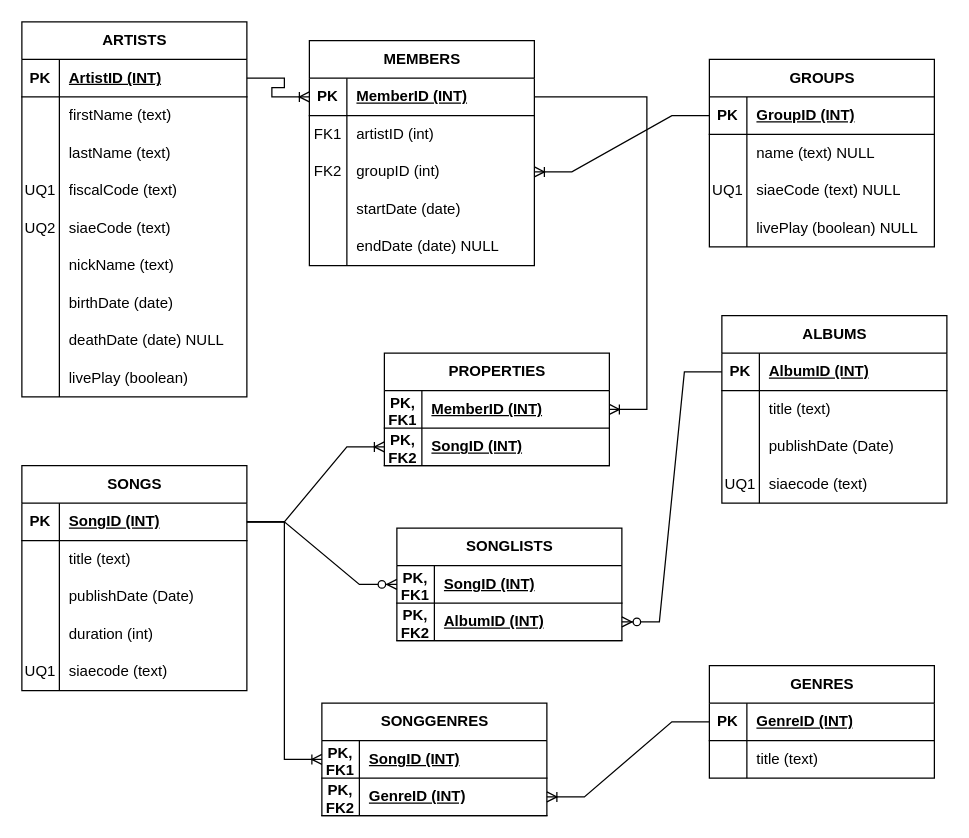
Before: Record Company.drawio in federico-mariconti/SIAM-1838, a draw.io diagram. Source tidied: cells renumbered, new cells numbered last; positions are measured from the earlier drawing's top-left corner, leaving out a move shared by most shapes. Both pictures are drawn from the tidied source at 125%, with x=0, y=0 at pixel (21, 21).
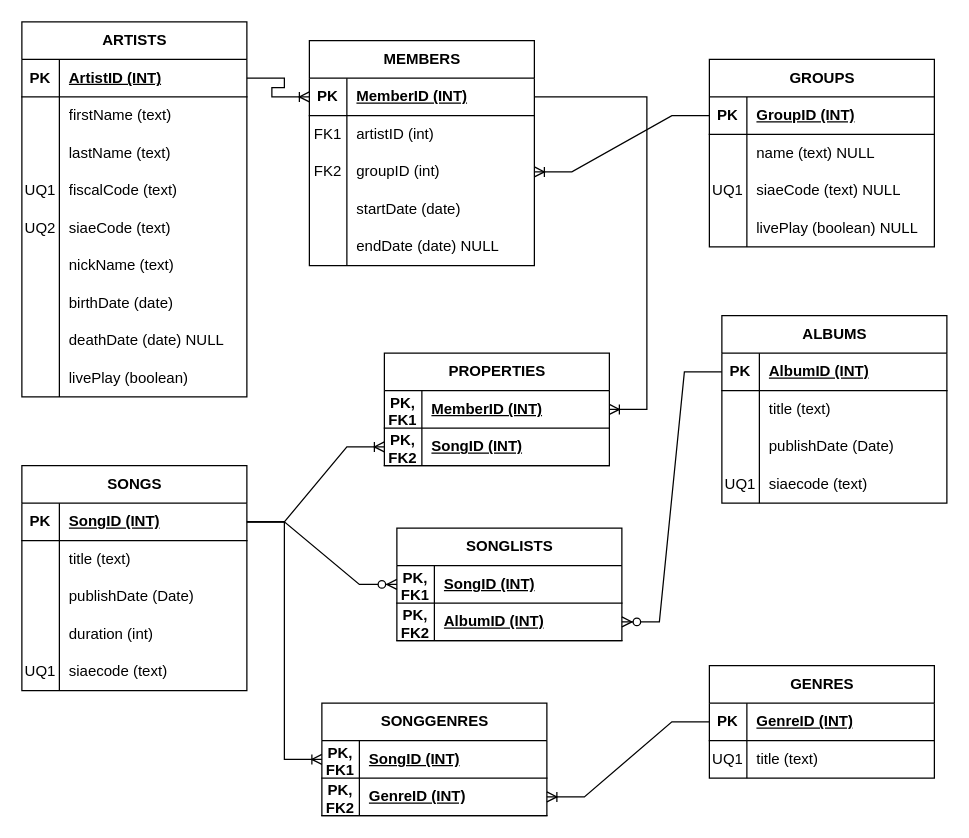
The same page after the edit.

Unchanged cells that the change refers to:
```xml
<mxCell id="102" style="shape=tableRow;horizontal=0;startSize=0;swimlaneHead=0;swimlaneBody=0;fillColor=none;top=0;left=0;right=0;bottom=0;" parent="98" vertex="1">
  <mxGeometry y="60" width="180" height="30" as="geometry" />
</mxCell>
```

The edit, as a diff of the source:
```diff
@@
-    <mxCell id="103" style="shape=partialRectangle;fillColor=none;top=0;left=0;bottom=0;right=0;overflow=hidden;whiteSpace=wrap;html=1;" parent="102" vertex="1">
+    <mxCell id="103" value="UQ1" style="shape=partialRectangle;fillColor=none;top=0;left=0;bottom=0;right=0;overflow=hidden;whiteSpace=wrap;html=1;" parent="102" vertex="1">
       <mxGeometry width="30" height="30" as="geometry" />
     </mxCell>
```
